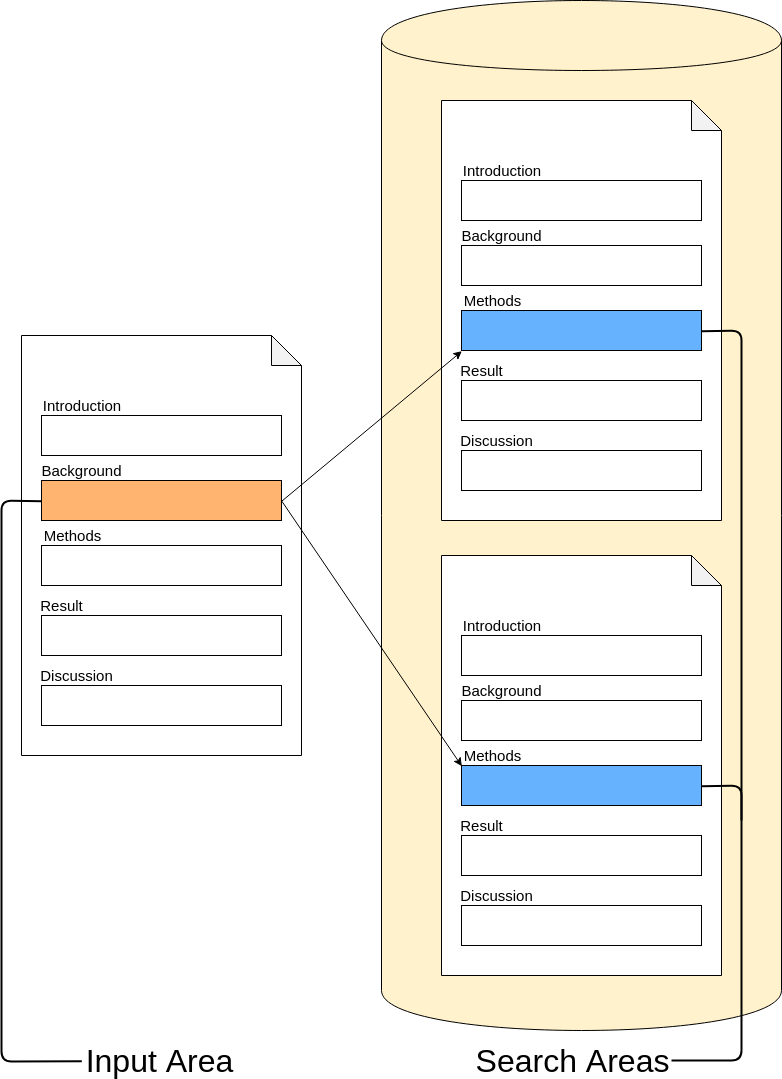
Before: figures/input_search_areas.png, a diagram exported from draw.io (thomasmauerhofer/thesis). Source tidied: cells renumbered, new cells last; positions are measured from the earlier drawing's top-left corner, leaving out a move shared by most shapes. The source it was exported from:
```xml
<mxGraphModel>
  <root>
    <mxCell id="0" />
    <mxCell id="1" parent="0" />
    <mxCell id="2" style="shape=cylinder;whiteSpace=wrap;html=1;boundedLbl=1;backgroundOutline=1;fillColor=#FFF2CC;" parent="1" vertex="1">
      <mxGeometry x="380" width="400" height="1030" as="geometry" />
    </mxCell>
    <mxCell id="3" style="shape=note;whiteSpace=wrap;html=1;backgroundOutline=1;darkOpacity=0.05;" parent="1" vertex="1">
      <mxGeometry x="20" y="335" width="280" height="420" as="geometry" />
    </mxCell>
    <mxCell id="4" style="group;" parent="1" vertex="1">
      <mxGeometry x="40" y="395" width="240" height="60" as="geometry" />
    </mxCell>
    <mxCell id="5" style="rounded=0;whiteSpace=wrap;html=1;" parent="4" vertex="1">
      <mxGeometry y="20" width="240" height="40" as="geometry" />
    </mxCell>
    <mxCell id="6" value="&lt;font style=&quot;font-size: 15px&quot;&gt;Introduction&lt;br&gt;&lt;/font&gt;" style="text;html=1;strokeColor=none;fillColor=none;align=center;verticalAlign=middle;whiteSpace=wrap;rounded=0;" parent="4" vertex="1">
      <mxGeometry width="80" height="20" as="geometry" />
    </mxCell>
    <mxCell id="7" style="group;" parent="1" vertex="1">
      <mxGeometry x="40" y="525" width="240" height="60" as="geometry" />
    </mxCell>
    <mxCell id="8" style="rounded=0;whiteSpace=wrap;html=1;" parent="7" vertex="1">
      <mxGeometry y="20" width="240" height="40" as="geometry" />
    </mxCell>
    <mxCell id="9" value="&lt;font style=&quot;font-size: 15px&quot;&gt;Methods&lt;br&gt;&lt;/font&gt;" style="text;html=1;strokeColor=none;fillColor=none;align=center;verticalAlign=middle;whiteSpace=wrap;rounded=0;" parent="7" vertex="1">
      <mxGeometry width="60" height="20" as="geometry" />
    </mxCell>
    <mxCell id="10" style="group;" parent="1" vertex="1">
      <mxGeometry x="40" y="595" width="240" height="60" as="geometry" />
    </mxCell>
    <mxCell id="11" style="rounded=0;whiteSpace=wrap;html=1;" parent="10" vertex="1">
      <mxGeometry y="20" width="240" height="40" as="geometry" />
    </mxCell>
    <mxCell id="12" value="&lt;font style=&quot;font-size: 15px&quot;&gt;Result&lt;br&gt;&lt;/font&gt;" style="text;html=1;strokeColor=none;fillColor=none;align=center;verticalAlign=middle;whiteSpace=wrap;rounded=0;" parent="10" vertex="1">
      <mxGeometry width="40" height="20" as="geometry" />
    </mxCell>
    <mxCell id="13" style="group;" parent="1" vertex="1">
      <mxGeometry x="40" y="665" width="240" height="60" as="geometry" />
    </mxCell>
    <mxCell id="14" style="rounded=0;whiteSpace=wrap;html=1;" parent="13" vertex="1">
      <mxGeometry y="20" width="240" height="40" as="geometry" />
    </mxCell>
    <mxCell id="15" value="&lt;font style=&quot;font-size: 15px&quot;&gt;Discussion&lt;br&gt;&lt;/font&gt;" style="text;html=1;strokeColor=none;fillColor=none;align=center;verticalAlign=middle;whiteSpace=wrap;rounded=0;" parent="13" vertex="1">
      <mxGeometry width="70" height="20" as="geometry" />
    </mxCell>
    <mxCell id="16" style="rounded=0;whiteSpace=wrap;html=1;fillColor=#FFB570;" parent="1" vertex="1">
      <mxGeometry x="40" y="480" width="240" height="40" as="geometry" />
    </mxCell>
    <mxCell id="17" value="&lt;font style=&quot;font-size: 15px&quot;&gt;Background&lt;br&gt;&lt;/font&gt;" style="text;html=1;strokeColor=none;fillColor=none;align=center;verticalAlign=middle;whiteSpace=wrap;rounded=0;" parent="1" vertex="1">
      <mxGeometry x="40" y="460" width="80" height="20" as="geometry" />
    </mxCell>
    <mxCell id="18" style="shape=note;whiteSpace=wrap;html=1;backgroundOutline=1;darkOpacity=0.05;" parent="1" vertex="1">
      <mxGeometry x="440" y="100" width="280" height="420" as="geometry" />
    </mxCell>
    <mxCell id="19" style="group;" parent="1" vertex="1">
      <mxGeometry x="460" y="160" width="240" height="60" as="geometry" />
    </mxCell>
    <mxCell id="20" style="rounded=0;whiteSpace=wrap;html=1;" parent="19" vertex="1">
      <mxGeometry y="20" width="240" height="40" as="geometry" />
    </mxCell>
    <mxCell id="21" value="&lt;font style=&quot;font-size: 15px&quot;&gt;Introduction&lt;br&gt;&lt;/font&gt;" style="text;html=1;strokeColor=none;fillColor=none;align=center;verticalAlign=middle;whiteSpace=wrap;rounded=0;" parent="19" vertex="1">
      <mxGeometry width="80" height="20" as="geometry" />
    </mxCell>
    <mxCell id="22" style="group;" parent="1" vertex="1">
      <mxGeometry x="460" y="225" width="240" height="60" as="geometry" />
    </mxCell>
    <mxCell id="23" style="rounded=0;whiteSpace=wrap;html=1;" parent="22" vertex="1">
      <mxGeometry y="20" width="240" height="40" as="geometry" />
    </mxCell>
    <mxCell id="24" value="&lt;font style=&quot;font-size: 15px&quot;&gt;Background&lt;br&gt;&lt;/font&gt;" style="text;html=1;strokeColor=none;fillColor=none;align=center;verticalAlign=middle;whiteSpace=wrap;rounded=0;" parent="22" vertex="1">
      <mxGeometry width="80" height="20" as="geometry" />
    </mxCell>
    <mxCell id="25" style="group;" parent="1" vertex="1">
      <mxGeometry x="460" y="290" width="240" height="60" as="geometry" />
    </mxCell>
    <mxCell id="26" style="rounded=0;whiteSpace=wrap;html=1;fillColor=#66B2FF;" parent="25" vertex="1">
      <mxGeometry y="20" width="240" height="40" as="geometry" />
    </mxCell>
    <mxCell id="27" value="&lt;font style=&quot;font-size: 15px&quot;&gt;Methods&lt;br&gt;&lt;/font&gt;" style="text;html=1;strokeColor=none;fillColor=none;align=center;verticalAlign=middle;whiteSpace=wrap;rounded=0;" parent="25" vertex="1">
      <mxGeometry width="60" height="20" as="geometry" />
    </mxCell>
    <mxCell id="28" style="group;" parent="1" vertex="1">
      <mxGeometry x="460" y="360" width="240" height="60" as="geometry" />
    </mxCell>
    <mxCell id="29" style="rounded=0;whiteSpace=wrap;html=1;" parent="28" vertex="1">
      <mxGeometry y="20" width="240" height="40" as="geometry" />
    </mxCell>
    <mxCell id="30" value="&lt;font style=&quot;font-size: 15px&quot;&gt;Result&lt;br&gt;&lt;/font&gt;" style="text;html=1;strokeColor=none;fillColor=none;align=center;verticalAlign=middle;whiteSpace=wrap;rounded=0;" parent="28" vertex="1">
      <mxGeometry width="40" height="20" as="geometry" />
    </mxCell>
    <mxCell id="31" style="group;" parent="1" vertex="1">
      <mxGeometry x="460" y="430" width="240" height="60" as="geometry" />
    </mxCell>
    <mxCell id="32" style="rounded=0;whiteSpace=wrap;html=1;" parent="31" vertex="1">
      <mxGeometry y="20" width="240" height="40" as="geometry" />
    </mxCell>
    <mxCell id="33" value="&lt;font style=&quot;font-size: 15px&quot;&gt;Discussion&lt;br&gt;&lt;/font&gt;" style="text;html=1;strokeColor=none;fillColor=none;align=center;verticalAlign=middle;whiteSpace=wrap;rounded=0;" parent="31" vertex="1">
      <mxGeometry width="70" height="20" as="geometry" />
    </mxCell>
    <mxCell id="34" style="endArrow=classic;html=1;exitX=1;exitY=0.5;exitDx=0;exitDy=0;entryX=-0.001;entryY=1.011;entryDx=0;entryDy=0;entryPerimeter=0;" parent="1" edge="1" source="16" target="26">
      <mxGeometry relative="1" as="geometry" />
    </mxCell>
    <mxCell id="35" style="group;" parent="1" vertex="1">
      <mxGeometry x="440" y="555" width="280" height="420" as="geometry" />
    </mxCell>
    <mxCell id="36" style="shape=note;whiteSpace=wrap;html=1;backgroundOutline=1;darkOpacity=0.05;" parent="35" vertex="1">
      <mxGeometry width="280" height="420" as="geometry" />
    </mxCell>
    <mxCell id="37" style="group;" parent="35" vertex="1">
      <mxGeometry x="20" y="60" width="240" height="60" as="geometry" />
    </mxCell>
    <mxCell id="38" style="rounded=0;whiteSpace=wrap;html=1;" parent="37" vertex="1">
      <mxGeometry y="20" width="240" height="40" as="geometry" />
    </mxCell>
    <mxCell id="39" value="&lt;font style=&quot;font-size: 15px&quot;&gt;Introduction&lt;br&gt;&lt;/font&gt;" style="text;html=1;strokeColor=none;fillColor=none;align=center;verticalAlign=middle;whiteSpace=wrap;rounded=0;" parent="37" vertex="1">
      <mxGeometry width="80" height="20" as="geometry" />
    </mxCell>
    <mxCell id="40" style="group;" parent="35" vertex="1">
      <mxGeometry x="20" y="125" width="240" height="60" as="geometry" />
    </mxCell>
    <mxCell id="41" style="rounded=0;whiteSpace=wrap;html=1;" parent="40" vertex="1">
      <mxGeometry y="20" width="240" height="40" as="geometry" />
    </mxCell>
    <mxCell id="42" value="&lt;font style=&quot;font-size: 15px&quot;&gt;Background&lt;br&gt;&lt;/font&gt;" style="text;html=1;strokeColor=none;fillColor=none;align=center;verticalAlign=middle;whiteSpace=wrap;rounded=0;" parent="40" vertex="1">
      <mxGeometry width="80" height="20" as="geometry" />
    </mxCell>
    <mxCell id="43" style="group;" parent="35" vertex="1">
      <mxGeometry x="20" y="190" width="240" height="60" as="geometry" />
    </mxCell>
    <mxCell id="44" style="rounded=0;whiteSpace=wrap;html=1;fillColor=#66B2FF;" parent="43" vertex="1">
      <mxGeometry y="20" width="240" height="40" as="geometry" />
    </mxCell>
    <mxCell id="45" value="&lt;font style=&quot;font-size: 15px&quot;&gt;Methods&lt;br&gt;&lt;/font&gt;" style="text;html=1;strokeColor=none;fillColor=none;align=center;verticalAlign=middle;whiteSpace=wrap;rounded=0;" parent="43" vertex="1">
      <mxGeometry width="60" height="20" as="geometry" />
    </mxCell>
    <mxCell id="46" style="group;" parent="35" vertex="1">
      <mxGeometry x="20" y="260" width="240" height="60" as="geometry" />
    </mxCell>
    <mxCell id="47" style="rounded=0;whiteSpace=wrap;html=1;" parent="46" vertex="1">
      <mxGeometry y="20" width="240" height="40" as="geometry" />
    </mxCell>
    <mxCell id="48" value="&lt;font style=&quot;font-size: 15px&quot;&gt;Result&lt;br&gt;&lt;/font&gt;" style="text;html=1;strokeColor=none;fillColor=none;align=center;verticalAlign=middle;whiteSpace=wrap;rounded=0;" parent="46" vertex="1">
      <mxGeometry width="40" height="20" as="geometry" />
    </mxCell>
    <mxCell id="49" style="group;" parent="35" vertex="1">
      <mxGeometry x="20" y="330" width="240" height="60" as="geometry" />
    </mxCell>
    <mxCell id="50" style="rounded=0;whiteSpace=wrap;html=1;" parent="49" vertex="1">
      <mxGeometry y="20" width="240" height="40" as="geometry" />
    </mxCell>
    <mxCell id="51" value="&lt;font style=&quot;font-size: 15px&quot;&gt;Discussion&lt;br&gt;&lt;/font&gt;" style="text;html=1;strokeColor=none;fillColor=none;align=center;verticalAlign=middle;whiteSpace=wrap;rounded=0;" parent="49" vertex="1">
      <mxGeometry width="70" height="20" as="geometry" />
    </mxCell>
    <mxCell id="52" style="endArrow=classic;html=1;exitX=1;exitY=0.5;exitDx=0;exitDy=0;entryX=0.001;entryY=0.014;entryDx=0;entryDy=0;entryPerimeter=0;" parent="1" edge="1" source="16" target="44">
      <mxGeometry relative="1" as="geometry" />
    </mxCell>
    <mxCell id="53" style="endArrow=none;html=1;entryX=1;entryY=0.5;entryDx=0;entryDy=0;strokeWidth=2;" parent="1" edge="1" source="55" target="44">
      <mxGeometry relative="1" as="geometry">
        <Array as="points">
          <mxPoint x="740" y="1060" />
          <mxPoint x="740" y="785" />
        </Array>
      </mxGeometry>
    </mxCell>
    <mxCell id="54" style="endArrow=none;html=1;entryX=1;entryY=0.5;entryDx=0;entryDy=0;strokeWidth=2;" parent="1" edge="1" target="26">
      <mxGeometry relative="1" as="geometry">
        <mxPoint x="740" y="820" as="sourcePoint" />
        <Array as="points">
          <mxPoint x="740" y="330" />
        </Array>
      </mxGeometry>
    </mxCell>
    <mxCell id="55" value="&lt;font style=&quot;font-size: 32px&quot;&gt;Search Areas&lt;/font&gt;" style="text;html=1;strokeColor=none;fillColor=none;align=center;verticalAlign=middle;whiteSpace=wrap;rounded=0;" parent="1" vertex="1">
      <mxGeometry x="470" y="1050" width="200" height="20" as="geometry" />
    </mxCell>
    <mxCell id="56" style="endArrow=none;html=1;strokeWidth=2;entryX=0;entryY=0.5;entryDx=0;entryDy=0;exitX=0;exitY=0.5;exitDx=0;exitDy=0;" parent="1" edge="1" source="57" target="16">
      <mxGeometry relative="1" as="geometry">
        <Array as="points">
          <mxPoint y="1061" />
          <mxPoint y="500" />
        </Array>
      </mxGeometry>
    </mxCell>
    <mxCell id="57" value="&lt;font style=&quot;font-size: 32px&quot;&gt;Input Area&lt;/font&gt;" style="text;html=1;strokeColor=none;fillColor=none;align=center;verticalAlign=middle;whiteSpace=wrap;rounded=0;" parent="1" vertex="1">
      <mxGeometry x="80" y="1050" width="155" height="20" as="geometry" />
    </mxCell>
  </root>
</mxGraphModel>
```
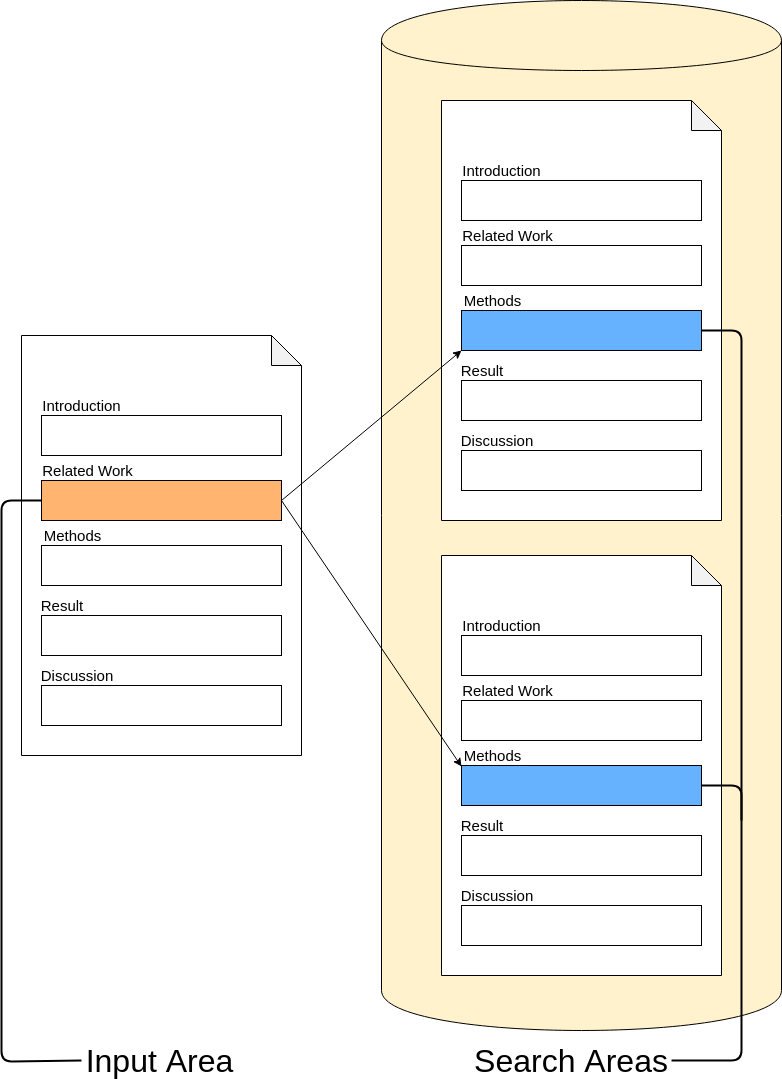
The same diagram one commit later.

What changed in the source:
```diff
@@ -47,8 +47,8 @@
     <mxCell id="16" style="rounded=0;whiteSpace=wrap;html=1;fillColor=#FFB570;" parent="1" vertex="1">
       <mxGeometry x="40" y="480" width="240" height="40" as="geometry" />
     </mxCell>
-    <mxCell id="17" value="&lt;font style=&quot;font-size: 15px&quot;&gt;Background&lt;br&gt;&lt;/font&gt;" style="text;html=1;strokeColor=none;fillColor=none;align=center;verticalAlign=middle;whiteSpace=wrap;rounded=0;" parent="1" vertex="1">
-      <mxGeometry x="40" y="460" width="80" height="20" as="geometry" />
+    <mxCell id="17" value="&lt;font style=&quot;font-size: 15px&quot;&gt;Related Work&lt;br&gt;&lt;/font&gt;" style="text;html=1;strokeColor=none;fillColor=none;align=center;verticalAlign=middle;whiteSpace=wrap;rounded=0;" parent="1" vertex="1">
+      <mxGeometry x="40" y="460" width="93" height="20" as="geometry" />
     </mxCell>
     <mxCell id="18" style="shape=note;whiteSpace=wrap;html=1;backgroundOutline=1;darkOpacity=0.05;" parent="1" vertex="1">
       <mxGeometry x="440" y="100" width="280" height="420" as="geometry" />
@@ -68,8 +68,8 @@
     <mxCell id="23" style="rounded=0;whiteSpace=wrap;html=1;" parent="22" vertex="1">
       <mxGeometry y="20" width="240" height="40" as="geometry" />
     </mxCell>
-    <mxCell id="24" value="&lt;font style=&quot;font-size: 15px&quot;&gt;Background&lt;br&gt;&lt;/font&gt;" style="text;html=1;strokeColor=none;fillColor=none;align=center;verticalAlign=middle;whiteSpace=wrap;rounded=0;" parent="22" vertex="1">
-      <mxGeometry width="80" height="20" as="geometry" />
+    <mxCell id="24" value="&lt;font style=&quot;font-size: 15px&quot;&gt;Related Work&lt;br&gt;&lt;/font&gt;" style="text;html=1;strokeColor=none;fillColor=none;align=center;verticalAlign=middle;whiteSpace=wrap;rounded=0;" parent="22" vertex="1">
+      <mxGeometry width="93" height="20" as="geometry" />
     </mxCell>
     <mxCell id="25" style="group;" parent="1" vertex="1">
       <mxGeometry x="460" y="290" width="240" height="60" as="geometry" />
@@ -122,8 +122,8 @@
     <mxCell id="41" style="rounded=0;whiteSpace=wrap;html=1;" parent="40" vertex="1">
       <mxGeometry y="20" width="240" height="40" as="geometry" />
     </mxCell>
-    <mxCell id="42" value="&lt;font style=&quot;font-size: 15px&quot;&gt;Background&lt;br&gt;&lt;/font&gt;" style="text;html=1;strokeColor=none;fillColor=none;align=center;verticalAlign=middle;whiteSpace=wrap;rounded=0;" parent="40" vertex="1">
-      <mxGeometry width="80" height="20" as="geometry" />
+    <mxCell id="42" value="&lt;font style=&quot;font-size: 15px&quot;&gt;Related Work&lt;br&gt;&lt;/font&gt;" style="text;html=1;strokeColor=none;fillColor=none;align=center;verticalAlign=middle;whiteSpace=wrap;rounded=0;" parent="40" vertex="1">
+      <mxGeometry width="93" height="20" as="geometry" />
     </mxCell>
     <mxCell id="43" style="group;" parent="35" vertex="1">
       <mxGeometry x="20" y="190" width="240" height="60" as="geometry" />
```
